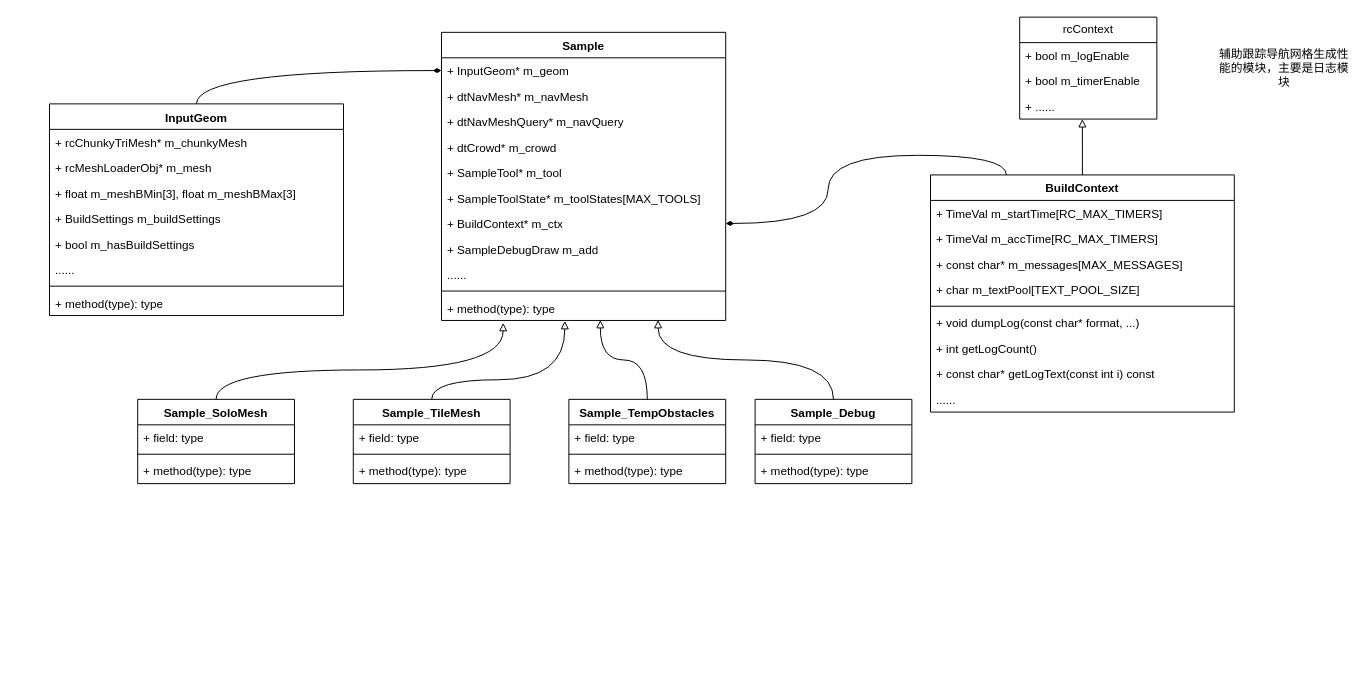
Above: RecastNavigation/Overview.drawio in Manistein/Photos (draw.io), before the change. Source tidied: cells renumbered, new cells numbered last; positions are measured from the earlier drawing's top-left corner, leaving out a move shared by most shapes. Both pictures are drawn from the tidied source at 98%, with x=0, y=0 at pixel (49, 17).
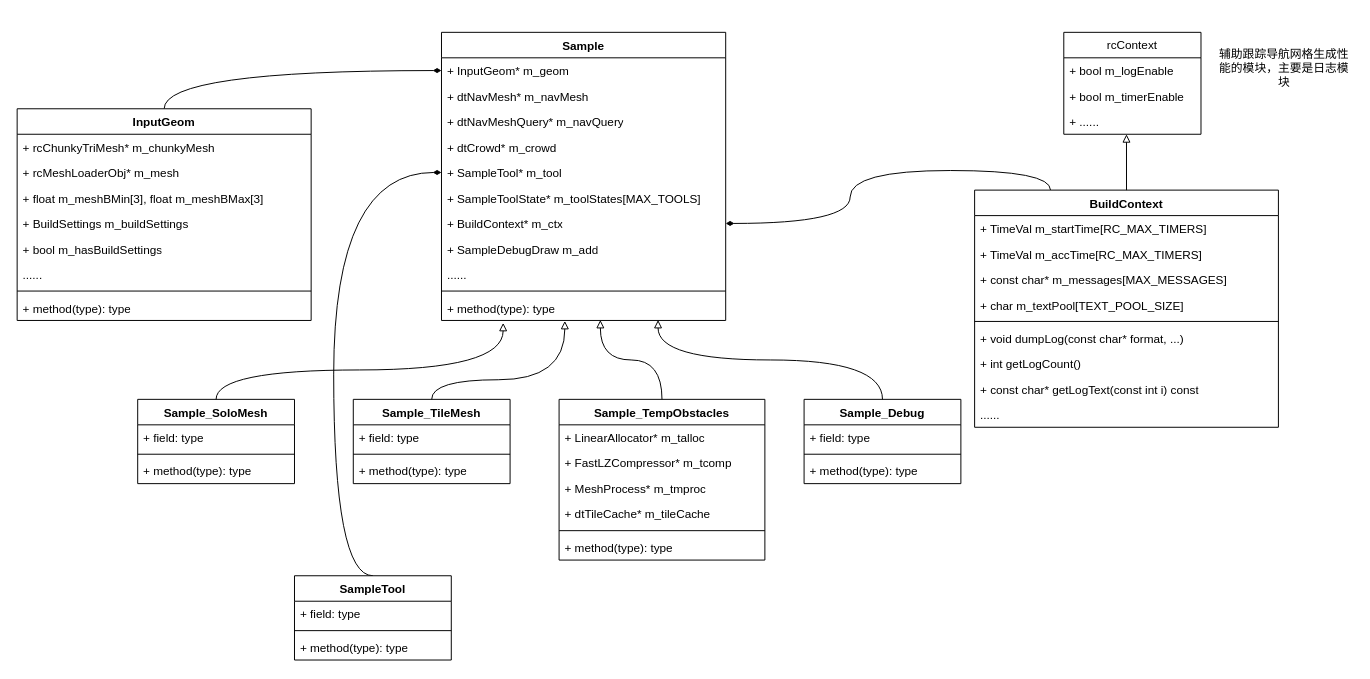
The same diagram, later.

The change refers to these unchanged cells:
```xml
<mxCell id="24" value="+ SampleTool* m_tool" style="text;strokeColor=none;fillColor=none;align=left;verticalAlign=top;spacingLeft=4;spacingRight=4;overflow=hidden;points=[[0,0.5],[1,0.5]];portConstraint=eastwest;whiteSpace=wrap;html=1;" parent="19" vertex="1">
  <mxGeometry y="130" width="290" height="26" as="geometry" />
</mxCell>
```

What changed in the source:
```diff
@@
     <mxCell id="2" value="rcContext" style="swimlane;fontStyle=0;horizontal=1;startSize=26;fillColor=none;whiteSpace=wrap;html=1;" parent="1" vertex="1">
-      <mxGeometry x="990" width="140" height="104" as="geometry" />
+      <mxGeometry x="1035" y="15.5" width="140" height="104" as="geometry" />
     </mxCell>
@@
     <mxCell id="8" value="BuildContext" style="swimlane;fontStyle=1;align=center;verticalAlign=top;horizontal=1;startSize=26;whiteSpace=wrap;html=1;" parent="1" vertex="1">
-      <mxGeometry x="899" y="161" width="310" height="242" as="geometry" />
+      <mxGeometry x="944" y="176.5" width="310" height="242" as="geometry" />
     </mxCell>
@@
     <mxCell id="32" value="InputGeom" style="swimlane;fontStyle=1;align=center;verticalAlign=top;horizontal=1;startSize=26;whiteSpace=wrap;html=1;" parent="1" vertex="1">
-      <mxGeometry y="88.5" width="300" height="216" as="geometry" />
+      <mxGeometry x="-33" y="93.5" width="300" height="216" as="geometry" />
     </mxCell>
@@
     <mxCell id="50" value="Sample_TempObstacles" style="swimlane;fontStyle=1;align=center;verticalAlign=top;horizontal=1;startSize=26;whiteSpace=wrap;html=1;" parent="1" vertex="1">
-      <mxGeometry x="530" y="390" width="160" height="86" as="geometry" />
+      <mxGeometry x="520" y="390" width="210" height="164" as="geometry" />
     </mxCell>
-    <mxCell id="51" value="+ field: type" style="text;strokeColor=none;fillColor=none;align=left;verticalAlign=top;spacingLeft=4;spacingRight=4;overflow=hidden;whiteSpace=wrap;html=1;" parent="50" vertex="1">
-      <mxGeometry y="26" width="160" height="26" as="geometry" />
+    <mxCell id="51" value="+ LinearAllocator* m_talloc" style="text;strokeColor=none;fillColor=none;align=left;verticalAlign=top;spacingLeft=4;spacingRight=4;overflow=hidden;whiteSpace=wrap;html=1;" parent="50" vertex="1">
+      <mxGeometry y="26" width="210" height="26" as="geometry" />
     </mxCell>
+    <mxCell id="61" value="+ FastLZCompressor* m_tcomp" style="text;strokeColor=none;fillColor=none;align=left;verticalAlign=top;spacingLeft=4;spacingRight=4;overflow=hidden;whiteSpace=wrap;html=1;" parent="50" vertex="1">
+      <mxGeometry y="52" width="210" height="26" as="geometry" />
+    </mxCell>
+    <mxCell id="62" value="+ MeshProcess* m_tmproc" style="text;strokeColor=none;fillColor=none;align=left;verticalAlign=top;spacingLeft=4;spacingRight=4;overflow=hidden;whiteSpace=wrap;html=1;" parent="50" vertex="1">
+      <mxGeometry y="78" width="210" height="26" as="geometry" />
+    </mxCell>
+    <mxCell id="63" value="+ dtTileCache* m_tileCache" style="text;strokeColor=none;fillColor=none;align=left;verticalAlign=top;spacingLeft=4;spacingRight=4;overflow=hidden;whiteSpace=wrap;html=1;" parent="50" vertex="1">
+      <mxGeometry y="104" width="210" height="26" as="geometry" />
+    </mxCell>
     <mxCell id="52" style="line;strokeWidth=1;fillColor=none;align=left;verticalAlign=middle;spacingTop=-1;spacingLeft=3;spacingRight=3;labelPosition=right;strokeColor=inherit;" parent="50" vertex="1">
-      <mxGeometry y="52" width="160" height="8" as="geometry" />
+      <mxGeometry y="130" width="210" height="8" as="geometry" />
     </mxCell>
     <mxCell id="53" value="+ method(type): type" style="text;strokeColor=none;fillColor=none;align=left;verticalAlign=top;spacingLeft=4;spacingRight=4;overflow=hidden;whiteSpace=wrap;html=1;" parent="50" vertex="1">
-      <mxGeometry y="60" width="160" height="26" as="geometry" />
+      <mxGeometry y="138" width="210" height="26" as="geometry" />
     </mxCell>
@@
     <mxCell id="56" value="Sample_Debug" style="swimlane;fontStyle=1;align=center;verticalAlign=top;horizontal=1;startSize=26;whiteSpace=wrap;html=1;" parent="1" vertex="1">
-      <mxGeometry x="720" y="390" width="160" height="86" as="geometry" />
+      <mxGeometry x="770" y="390" width="160" height="86" as="geometry" />
     </mxCell>
@@
+    <mxCell id="64" style="edgeStyle=orthogonalEdgeStyle;rounded=0;jettySize=auto;html=1;exitX=0.5;exitY=0;exitDx=0;exitDy=0;entryX=0;entryY=0.5;entryDx=0;entryDy=0;endArrow=diamondThin;endFill=1;curved=1;" parent="1" edge="1" source="65" target="24">
+      <mxGeometry relative="1" as="geometry">
+        <Array as="points">
+          <mxPoint x="290" y="570" />
+          <mxPoint x="290" y="159" />
+        </Array>
+      </mxGeometry>
+    </mxCell>
+    <mxCell id="65" value="SampleTool" style="swimlane;fontStyle=1;align=center;verticalAlign=top;horizontal=1;startSize=26;whiteSpace=wrap;html=1;" parent="1" vertex="1">
+      <mxGeometry x="250" y="570" width="160" height="86" as="geometry" />
+    </mxCell>
+    <mxCell id="66" value="+ field: type" style="text;strokeColor=none;fillColor=none;align=left;verticalAlign=top;spacingLeft=4;spacingRight=4;overflow=hidden;whiteSpace=wrap;html=1;" parent="65" vertex="1">
+      <mxGeometry y="26" width="160" height="26" as="geometry" />
+    </mxCell>
+    <mxCell id="67" style="line;strokeWidth=1;fillColor=none;align=left;verticalAlign=middle;spacingTop=-1;spacingLeft=3;spacingRight=3;labelPosition=right;strokeColor=inherit;" parent="65" vertex="1">
+      <mxGeometry y="52" width="160" height="8" as="geometry" />
+    </mxCell>
+    <mxCell id="68" value="+ method(type): type" style="text;strokeColor=none;fillColor=none;align=left;verticalAlign=top;spacingLeft=4;spacingRight=4;overflow=hidden;whiteSpace=wrap;html=1;" parent="65" vertex="1">
+      <mxGeometry y="60" width="160" height="26" as="geometry" />
+    </mxCell>
```
